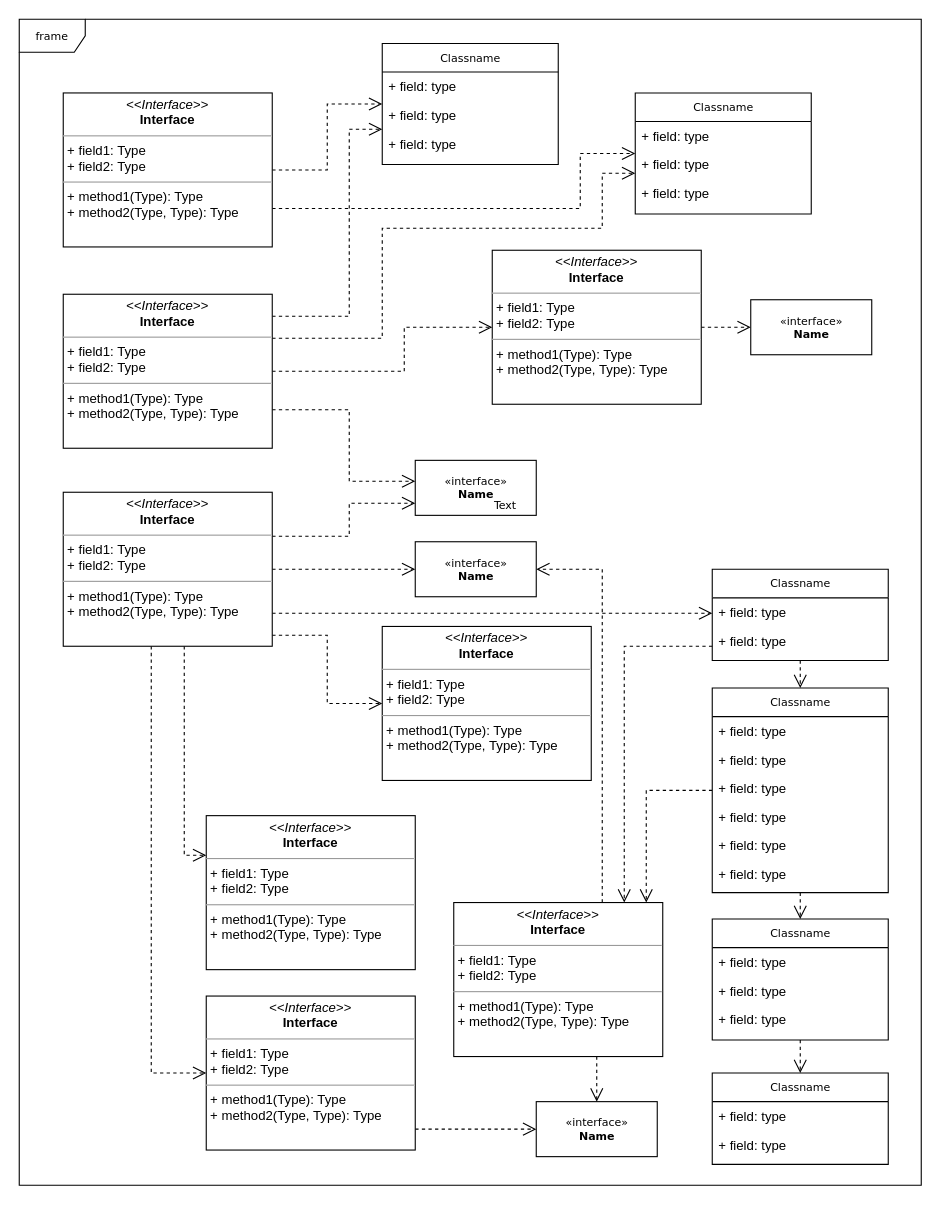
This is Diagrama UML.drawio from huddmax/curriculoUninter, a draw.io file, before an edit. Source tidied: cells renumbered, new cells numbered last; positions are measured from the earlier drawing's top-left corner, leaving out a move shared by most shapes. Both pictures are drawn from the tidied source at 110%, with x=0, y=0 at pixel (19, 19).
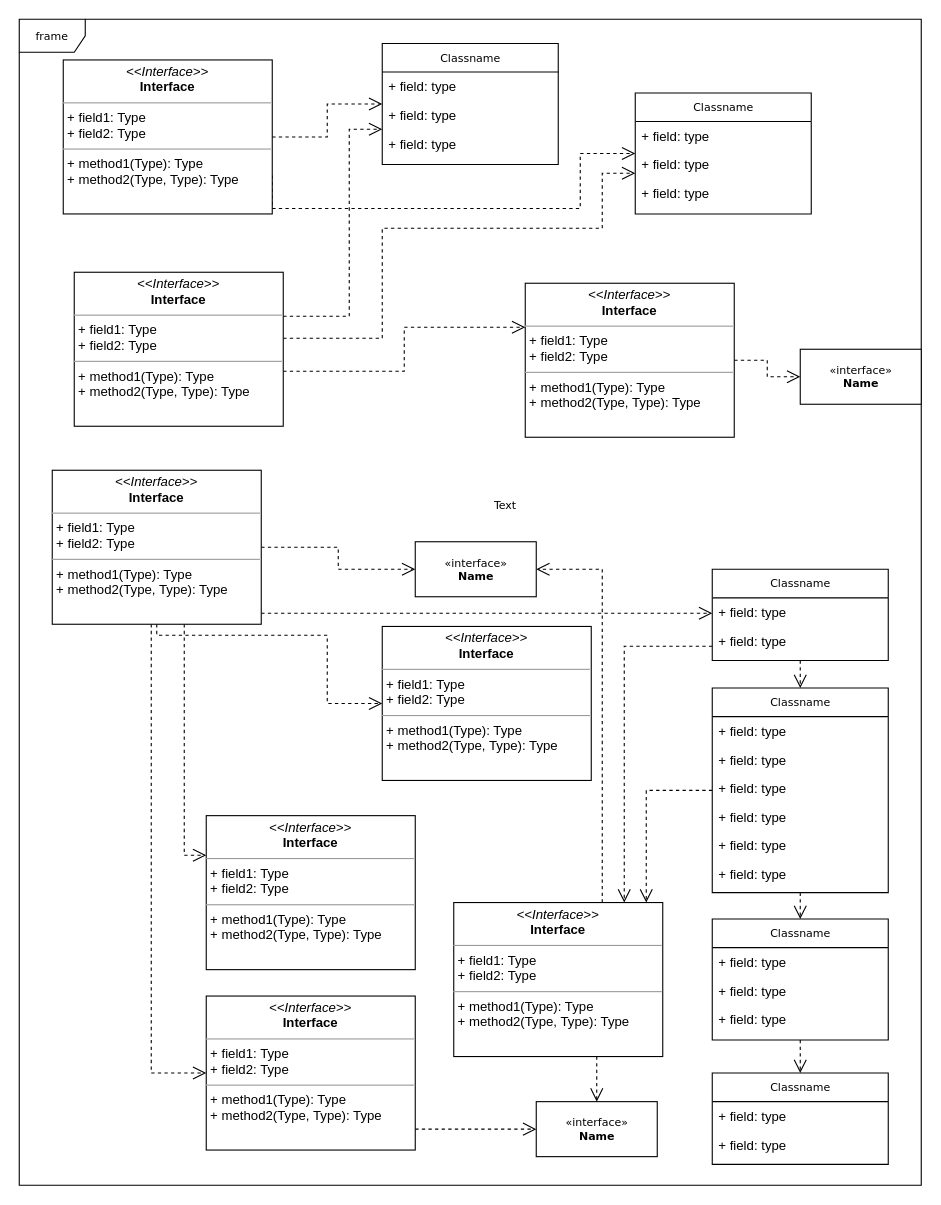
The same page after the edit.

Change to the diagram source:
```diff
@@
-    <mxCell id="41" value="&amp;laquo;interface&amp;raquo;&lt;br&gt;&lt;b&gt;Name&lt;/b&gt;" style="html=1;rounded=0;shadow=0;comic=0;labelBackgroundColor=none;strokeWidth=1;fontFamily=Verdana;fontSize=10;align=center;" parent="1" vertex="1">
-      <mxGeometry x="360" y="401" width="110" height="50" as="geometry" />
-    </mxCell>
@@
     <mxCell id="43" value="&lt;p style=&quot;margin:0px;margin-top:4px;text-align:center;&quot;&gt;&lt;i&gt;&amp;lt;&amp;lt;Interface&amp;gt;&amp;gt;&lt;/i&gt;&lt;br/&gt;&lt;b&gt;Interface&lt;/b&gt;&lt;/p&gt;&lt;hr size=&quot;1&quot;/&gt;&lt;p style=&quot;margin:0px;margin-left:4px;&quot;&gt;+ field1: Type&lt;br/&gt;+ field2: Type&lt;/p&gt;&lt;hr size=&quot;1&quot;/&gt;&lt;p style=&quot;margin:0px;margin-left:4px;&quot;&gt;+ method1(Type): Type&lt;br/&gt;+ method2(Type, Type): Type&lt;/p&gt;" style="verticalAlign=top;align=left;overflow=fill;fontSize=12;fontFamily=Helvetica;html=1;rounded=0;shadow=0;comic=0;labelBackgroundColor=none;strokeWidth=1;" parent="1" vertex="1">
-      <mxGeometry x="430" y="210" width="190" height="140" as="geometry" />
+      <mxGeometry x="460" y="240" width="190" height="140" as="geometry" />
     </mxCell>
@@
     <mxCell id="45" value="&amp;laquo;interface&amp;raquo;&lt;br&gt;&lt;b&gt;Name&lt;/b&gt;" style="html=1;rounded=0;shadow=0;comic=0;labelBackgroundColor=none;strokeWidth=1;fontFamily=Verdana;fontSize=10;align=center;" parent="1" vertex="1">
-      <mxGeometry x="665" y="255" width="110" height="50" as="geometry" />
+      <mxGeometry x="710" y="300" width="110" height="50" as="geometry" />
     </mxCell>
@@
     <mxCell id="48" value="&lt;p style=&quot;margin:0px;margin-top:4px;text-align:center;&quot;&gt;&lt;i&gt;&amp;lt;&amp;lt;Interface&amp;gt;&amp;gt;&lt;/i&gt;&lt;br/&gt;&lt;b&gt;Interface&lt;/b&gt;&lt;/p&gt;&lt;hr size=&quot;1&quot;/&gt;&lt;p style=&quot;margin:0px;margin-left:4px;&quot;&gt;+ field1: Type&lt;br/&gt;+ field2: Type&lt;/p&gt;&lt;hr size=&quot;1&quot;/&gt;&lt;p style=&quot;margin:0px;margin-left:4px;&quot;&gt;+ method1(Type): Type&lt;br/&gt;+ method2(Type, Type): Type&lt;/p&gt;" style="verticalAlign=top;align=left;overflow=fill;fontSize=12;fontFamily=Helvetica;html=1;rounded=0;shadow=0;comic=0;labelBackgroundColor=none;strokeWidth=1;" parent="1" vertex="1">
-      <mxGeometry x="40" y="67" width="190" height="140" as="geometry" />
+      <mxGeometry x="40" y="37" width="190" height="140" as="geometry" />
     </mxCell>
@@
-    <mxCell id="52" style="edgeStyle=orthogonalEdgeStyle;rounded=0;html=1;exitX=1;exitY=0.75;dashed=1;labelBackgroundColor=none;startFill=0;endArrow=open;endFill=0;endSize=10;fontFamily=Verdana;fontSize=10;" parent="1" edge="1" source="53" target="41">
-      <mxGeometry relative="1" as="geometry">
-        <Array as="points">
-          <mxPoint x="300" y="355" />
-          <mxPoint x="300" y="420" />
-        </Array>
-      </mxGeometry>
-    </mxCell>
     <mxCell id="53" value="&lt;p style=&quot;margin:0px;margin-top:4px;text-align:center;&quot;&gt;&lt;i&gt;&amp;lt;&amp;lt;Interface&amp;gt;&amp;gt;&lt;/i&gt;&lt;br/&gt;&lt;b&gt;Interface&lt;/b&gt;&lt;/p&gt;&lt;hr size=&quot;1&quot;/&gt;&lt;p style=&quot;margin:0px;margin-left:4px;&quot;&gt;+ field1: Type&lt;br/&gt;+ field2: Type&lt;/p&gt;&lt;hr size=&quot;1&quot;/&gt;&lt;p style=&quot;margin:0px;margin-left:4px;&quot;&gt;+ method1(Type): Type&lt;br/&gt;+ method2(Type, Type): Type&lt;/p&gt;" style="verticalAlign=top;align=left;overflow=fill;fontSize=12;fontFamily=Helvetica;html=1;rounded=0;shadow=0;comic=0;labelBackgroundColor=none;strokeWidth=1;" parent="1" vertex="1">
-      <mxGeometry x="40" y="250" width="190" height="140" as="geometry" />
+      <mxGeometry x="50" y="230" width="190" height="140" as="geometry" />
     </mxCell>
-    <mxCell id="54" style="edgeStyle=orthogonalEdgeStyle;rounded=0;html=1;dashed=1;labelBackgroundColor=none;startFill=0;endArrow=open;endFill=0;endSize=10;fontFamily=Verdana;fontSize=10;" parent="1" edge="1" source="60" target="41">
-      <mxGeometry relative="1" as="geometry">
-        <Array as="points">
-          <mxPoint x="300" y="470" />
-          <mxPoint x="300" y="440" />
-        </Array>
-      </mxGeometry>
-    </mxCell>
@@
     <mxCell id="60" value="&lt;p style=&quot;margin:0px;margin-top:4px;text-align:center;&quot;&gt;&lt;i&gt;&amp;lt;&amp;lt;Interface&amp;gt;&amp;gt;&lt;/i&gt;&lt;br/&gt;&lt;b&gt;Interface&lt;/b&gt;&lt;/p&gt;&lt;hr size=&quot;1&quot;/&gt;&lt;p style=&quot;margin:0px;margin-left:4px;&quot;&gt;+ field1: Type&lt;br/&gt;+ field2: Type&lt;/p&gt;&lt;hr size=&quot;1&quot;/&gt;&lt;p style=&quot;margin:0px;margin-left:4px;&quot;&gt;+ method1(Type): Type&lt;br/&gt;+ method2(Type, Type): Type&lt;/p&gt;" style="verticalAlign=top;align=left;overflow=fill;fontSize=12;fontFamily=Helvetica;html=1;rounded=0;shadow=0;comic=0;labelBackgroundColor=none;strokeWidth=1;" parent="1" vertex="1">
-      <mxGeometry x="40" y="430" width="190" height="140" as="geometry" />
+      <mxGeometry x="30" y="410" width="190" height="140" as="geometry" />
     </mxCell>
```
